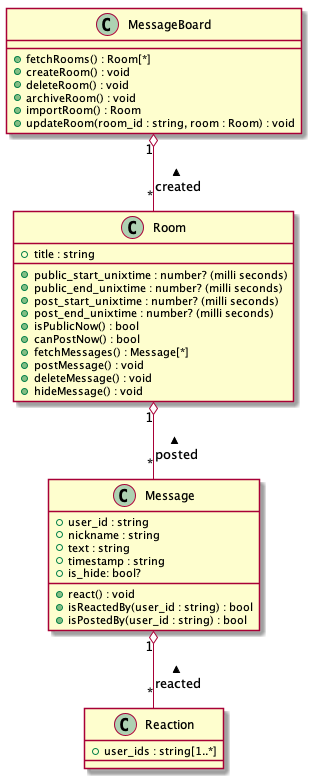
The PlantUML diagram system-design/class.png in okutan0x7CC/message-board, before a commit.
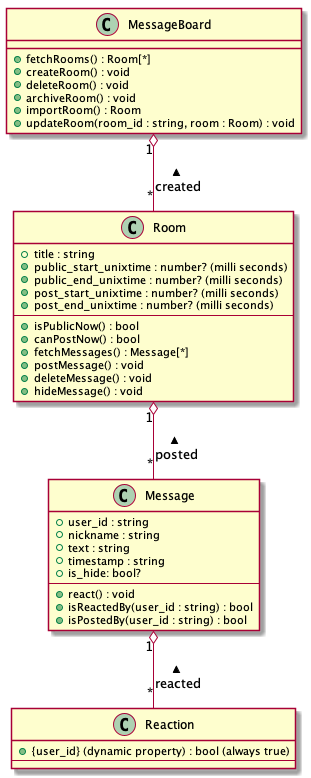
After the commit.

Commit message:
[update] テストに伴い変更されたクラス図を更新

What changed in the source:
```diff
@@ -15,6 +15,7 @@
     + public_end_unixtime : number? (milli seconds)
     + post_start_unixtime : number? (milli seconds)
     + post_end_unixtime : number? (milli seconds)
+    --
     + isPublicNow() : bool
     + canPostNow() : bool
     + fetchMessages() : Message[*]
@@ -30,6 +31,7 @@
     + text : string
     + timestamp : string
     + is_hide: bool?
+    --
     + react() : void
     + isReactedBy(user_id : string) : bool
     + isPostedBy(user_id : string) : bool
@@ -37,7 +39,8 @@
 Room "1" o-- "*" Message : posted <
 
 class Reaction {
-    + user_ids : string[1..*]
+    + {user_id} (dynamic property) : bool (always true)
+    --
 }
 Message "1" o-- "*" Reaction : reacted <
 
```
